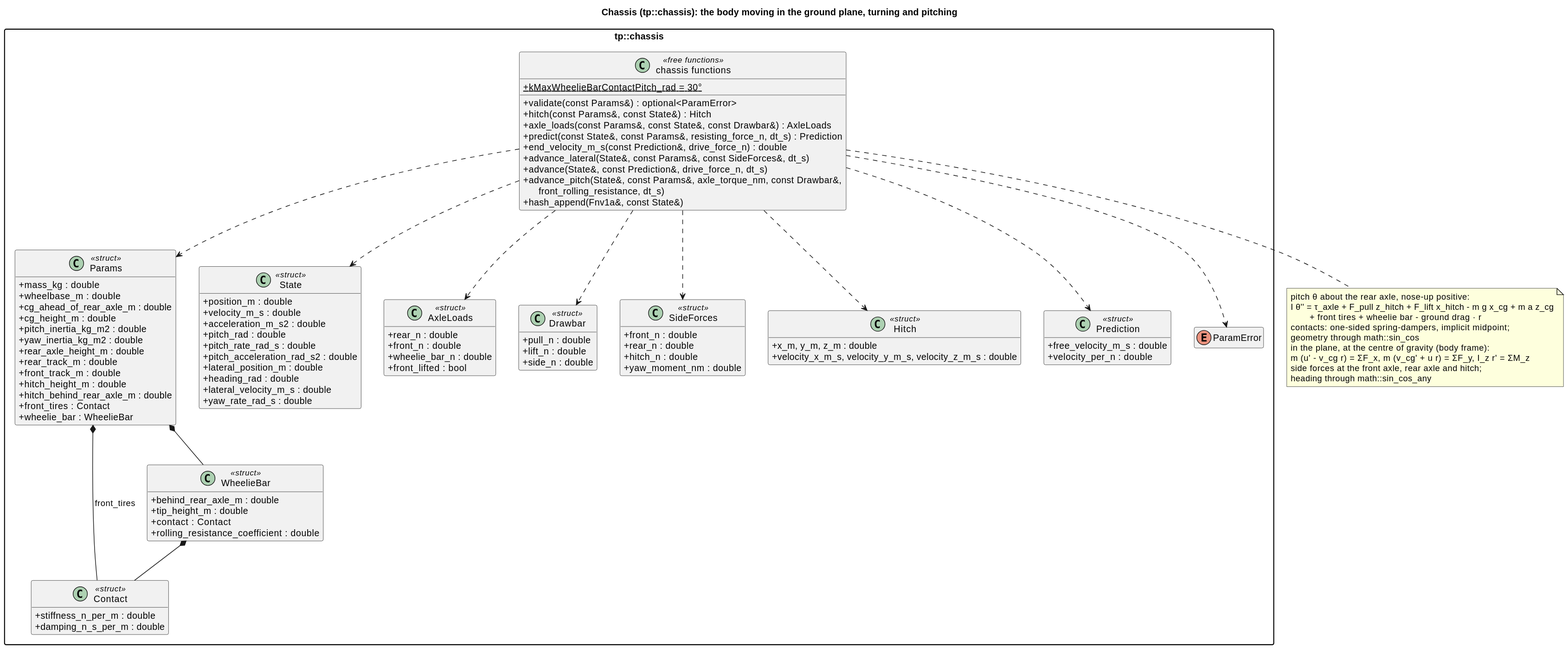
Earlier version of the PlantUML export docs/diagrams/svg/chassis_classes.svg (wversteeg/TractorPulling).
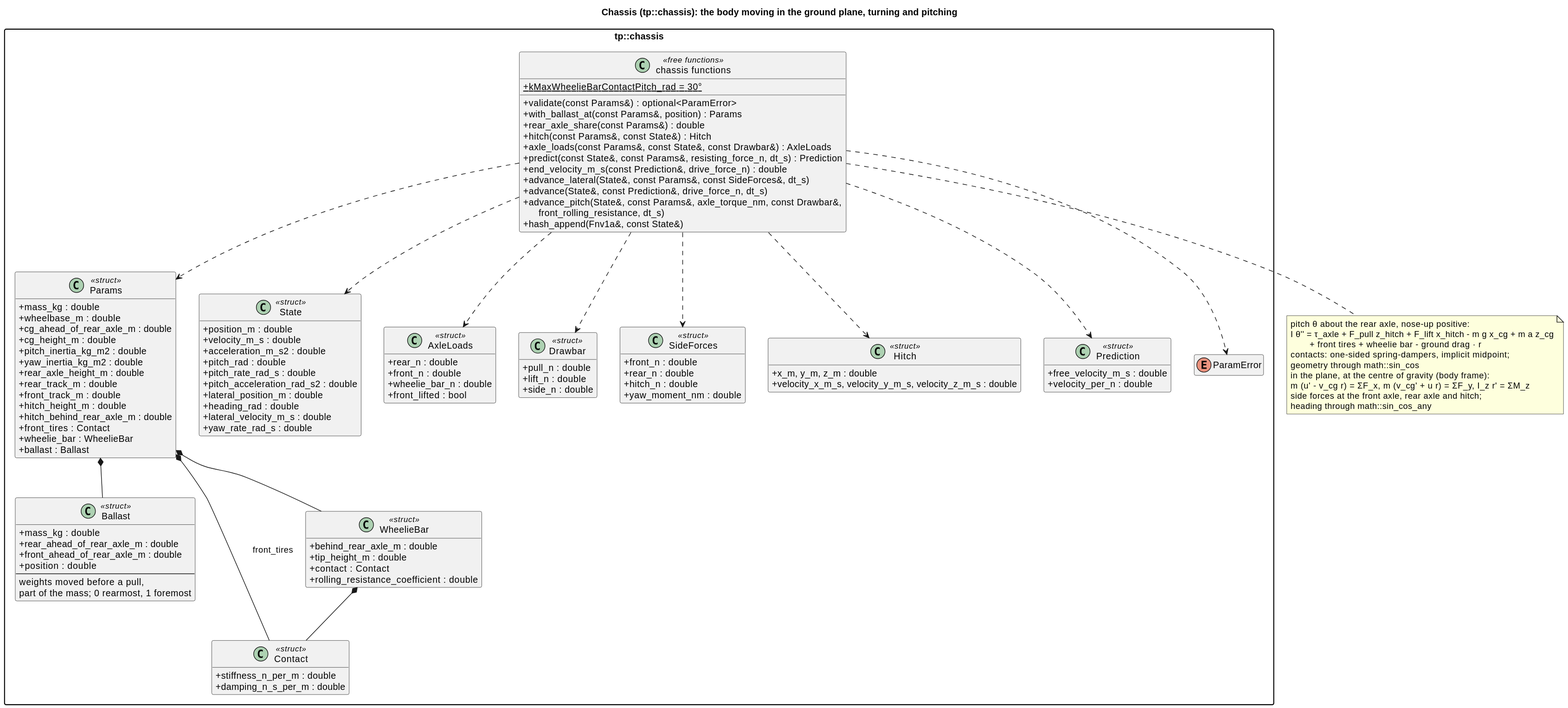
After the commit.

The edit, as a diff of the source:
```diff
@@ -19,6 +19,16 @@
     +hitch_behind_rear_axle_m : double
     +front_tires : Contact
     +wheelie_bar : WheelieBar
+    +ballast : Ballast
+  }
+  class Ballast <<struct>> {
+    +mass_kg : double
+    +rear_ahead_of_rear_axle_m : double
+    +front_ahead_of_rear_axle_m : double
+    +position : double
+    --
+    weights moved before a pull,
+    part of the mass; 0 rearmost, 1 foremost
   }
   class Contact <<struct>> {
     +stiffness_n_per_m : double
@@ -71,6 +81,8 @@
   class "chassis functions" as ChassisFns <<free functions>> {
     +{static} kMaxWheelieBarContactPitch_rad = 30°
     +validate(const Params&) : optional<ParamError>
+    +with_ballast_at(const Params&, position) : Params
+    +rear_axle_share(const Params&) : double
     +hitch(const Params&, const State&) : Hitch
     +axle_loads(const Params&, const State&, const Drawbar&) : AxleLoads
     +predict(const State&, const Params&, resisting_force_n, dt_s) : Prediction
@@ -82,6 +94,7 @@
   }
   Params *-- Contact : front_tires
   Params *-- WheelieBar
+  Params *-- Ballast
   WheelieBar *-- Contact
   ChassisFns ..> Params
   ChassisFns ..> State
```
